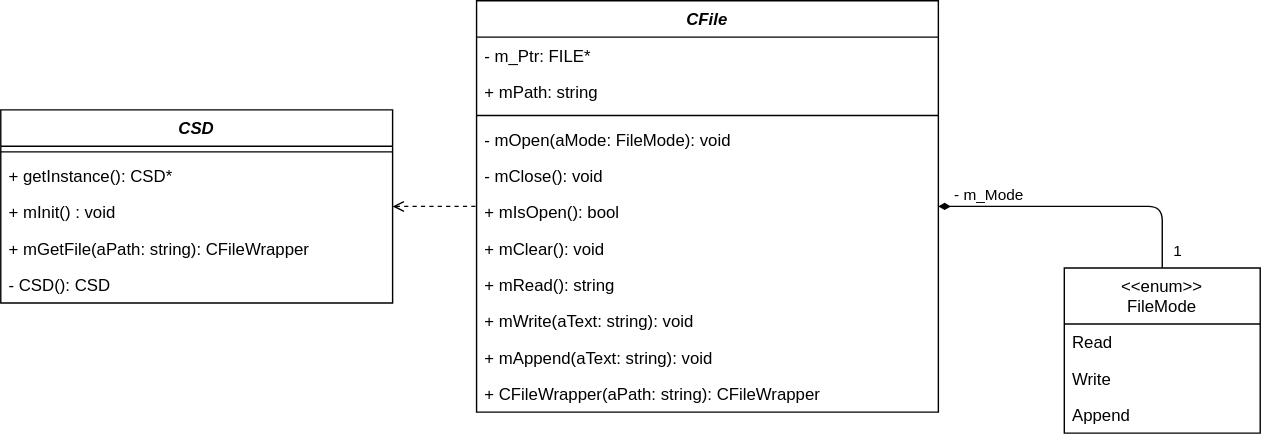
This is uml/sd-abstraction.drawio.svg from SenseBoxTI/FirmwareDesign, a draw.io export, as it was before one commit. Source tidied: cells renumbered, new cells last; positions are measured from the earlier drawing's top-left corner, leaving out a move shared by most shapes.
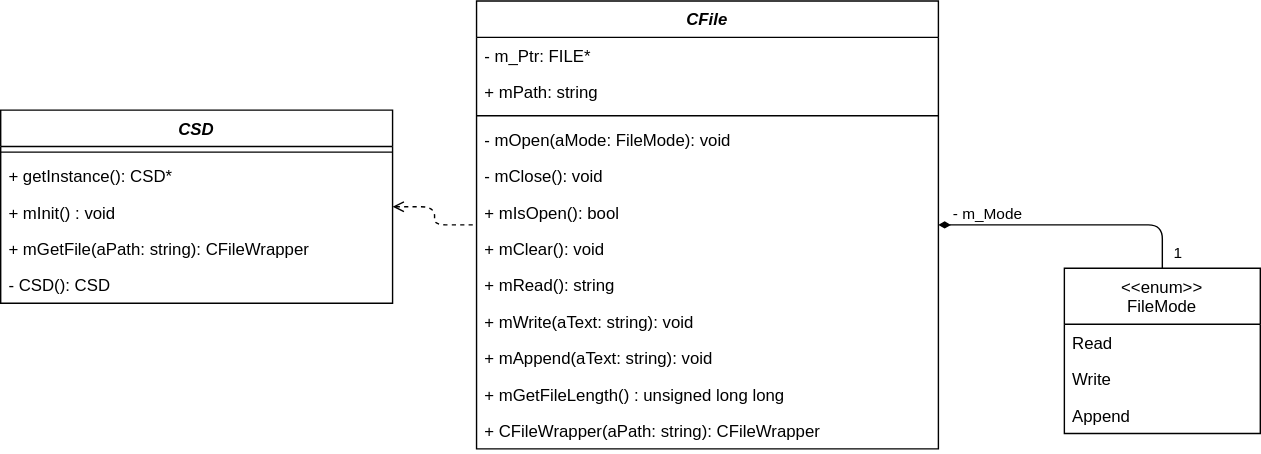
Above is the later version.

Commit message:
Add mGetFileLength to CFile

What changed in the source:
```diff
@@ -24,7 +24,7 @@
       <mxGeometry y="112" width="280" height="26" as="geometry" />
     </mxCell>
     <mxCell id="9" value="CFile" style="swimlane;fontStyle=3;align=center;verticalAlign=top;horizontal=1;startSize=26;" parent="1" vertex="1">
-      <mxGeometry x="340" width="330" height="294" as="geometry" />
+      <mxGeometry x="340" width="330" height="320" as="geometry" />
     </mxCell>
     <mxCell id="10" value="- m_Ptr: FILE*" style="text;strokeColor=none;fillColor=none;align=left;verticalAlign=top;spacingLeft=4;spacingRight=4;overflow=hidden;" parent="9" vertex="1">
       <mxGeometry y="26" width="330" height="26" as="geometry" />
@@ -56,8 +56,11 @@
     <mxCell id="19" value="+ mAppend(aText: string): void" style="text;strokeColor=none;fillColor=none;align=left;verticalAlign=top;spacingLeft=4;spacingRight=4;overflow=hidden;" parent="9" vertex="1">
       <mxGeometry y="242" width="330" height="26" as="geometry" />
     </mxCell>
+    <mxCell id="28" value="+ mGetFileLength() : unsigned long long" style="text;strokeColor=none;fillColor=none;align=left;verticalAlign=top;spacingLeft=4;spacingRight=4;overflow=hidden;" parent="9" vertex="1">
+      <mxGeometry y="268" width="330" height="26" as="geometry" />
+    </mxCell>
     <mxCell id="20" value="+ CFileWrapper(aPath: string): CFileWrapper" style="text;strokeColor=none;fillColor=none;align=left;verticalAlign=top;spacingLeft=4;spacingRight=4;overflow=hidden;" parent="9" vertex="1">
-      <mxGeometry y="268" width="330" height="26" as="geometry" />
+      <mxGeometry y="294" width="330" height="26" as="geometry" />
     </mxCell>
     <mxCell id="21" style="edgeStyle=orthogonalEdgeStyle;html=1;exitX=0.5;exitY=0;exitDx=0;exitDy=0;entryX=1;entryY=0.5;entryDx=0;entryDy=0;endArrow=diamondThin;endFill=1;" parent="1" edge="1" source="24" target="9">
       <mxGeometry relative="1" as="geometry" />
```
